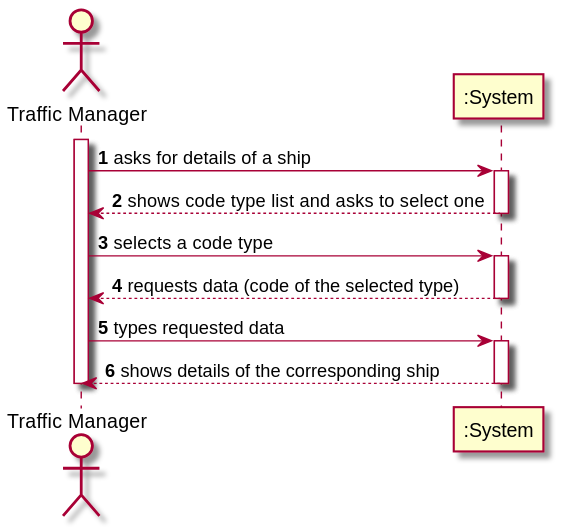
The PlantUML diagram docs/Sprint 1/US/US102/US102_SSD.svg in 1190772/LAB-Project-3, before a commit.
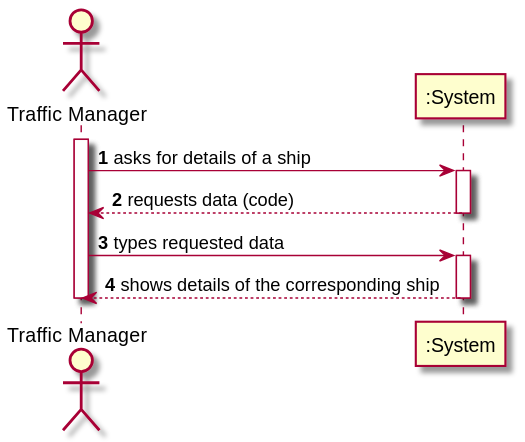
Later version of the same file.

Diff of the diagram source:
```diff
@@ -8,12 +8,8 @@
 TM -> ":System" : asks for details of a ship
 
 activate ":System"
-":System" --> TM : shows code type list and asks to select one
-deactivate ":System"
-TM -> ":System" : selects a code type
-activate ":System"
 
-":System" --> TM : requests data (code of the selected type)
+":System" --> TM : requests data (code)
 deactivate ":System"
 
 TM -> ":System" : types requested data
```
